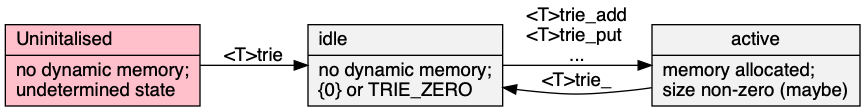
Before: web/states.png, a diagram exported from Graphviz (neil-edelman/boxes). Its source is kept beside it as web/states.gv.
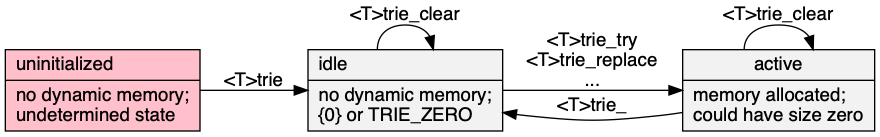
The same diagram one commit later.

Change to the diagram source:
```diff
@@ -2,10 +2,12 @@
 	graph [rankdir=LR, truecolor=true, bgcolor=transparent, fontname="Bitstream Vera Sans"];
 	node [shape=record, style=filled, fillcolor="Grey95", fontname="Bitstream Vera Sans"];
 	edge [fontname="Bitstream Vera Sans"];
-	null [ label = "Uninitalised\l|no dynamic memory;\lundetermined state\l", fillcolor = pink ];
-	static [ label = "idle\l|no dynamic memory;\l\{0\} or TRIE_ZERO\l" ];
-	dynamic [ label = "active\n|memory allocated;\lsize non-zero (maybe)\l" ];
+	null [label = "uninitialized\l|no dynamic memory;\lundetermined state\l", fillcolor = "Pink"];
+	static [label = "idle\l|no dynamic memory;\l\{0\} or TRIE_ZERO\l"];
+	dynamic [label = "active\n|memory allocated;\lcould have size zero\l"];
 	null -> static [ label = "<T>trie" ];
-	static -> dynamic [ label = "<T>trie_add\l<T>trie_put\l...\n" ];
+	static -> dynamic [ label = "<T>trie_try\n<T>trie_replace\n...\n" ];
 	dynamic -> static [ label = "<T>trie_" ];
+	dynamic -> dynamic [label = "<T>trie_clear"];
+	static -> static [ label = "<T>trie_clear"];
 }
```
